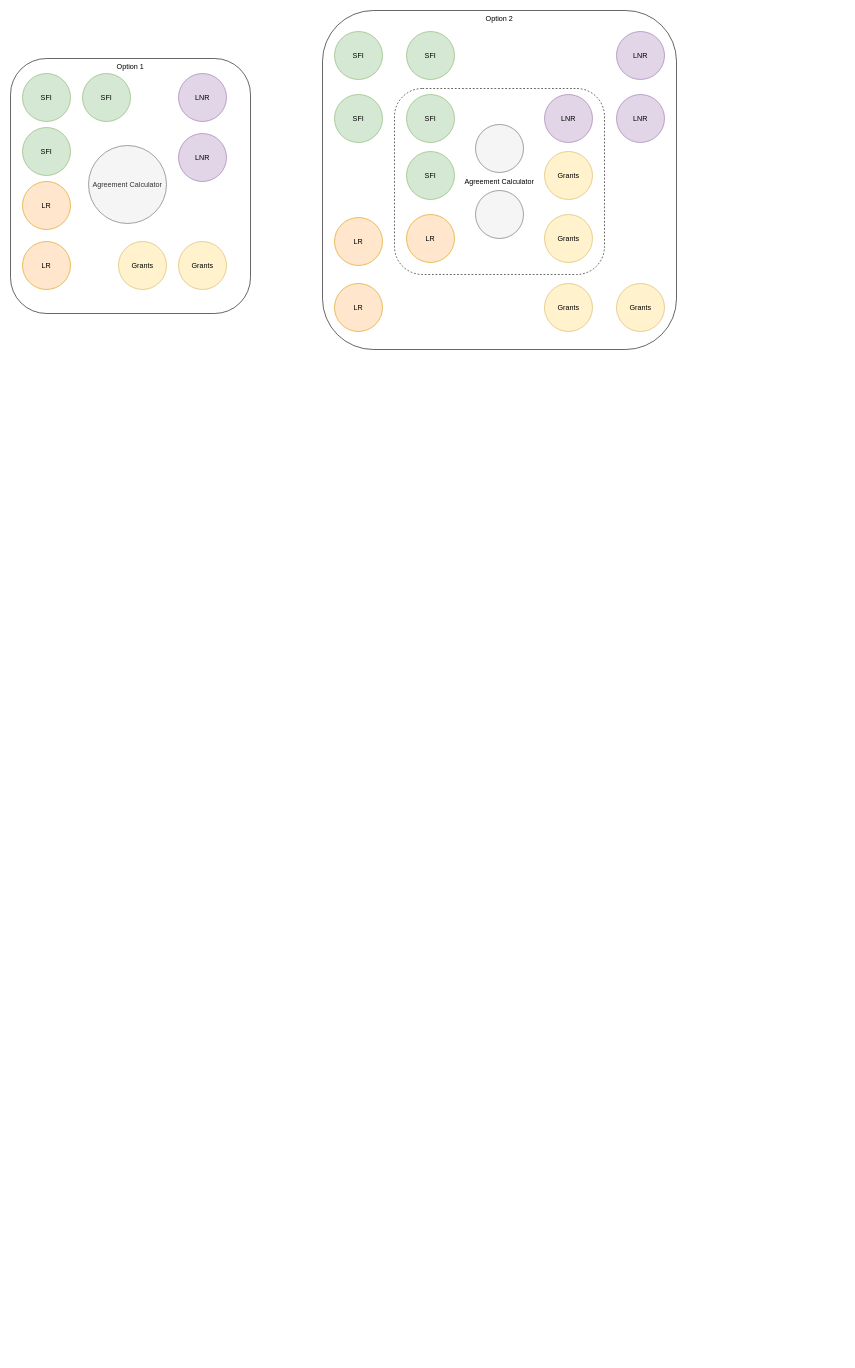
Above: agreement-calculator.drawio in johnwatson484/diagrams (draw.io), before the change. Source tidied: cells renumbered, new cells numbered last; positions are measured from the earlier drawing's top-left corner, leaving out a move shared by most shapes. Both pictures are drawn from the tidied source at 60%, with x=0, y=0 at pixel (10, 10).
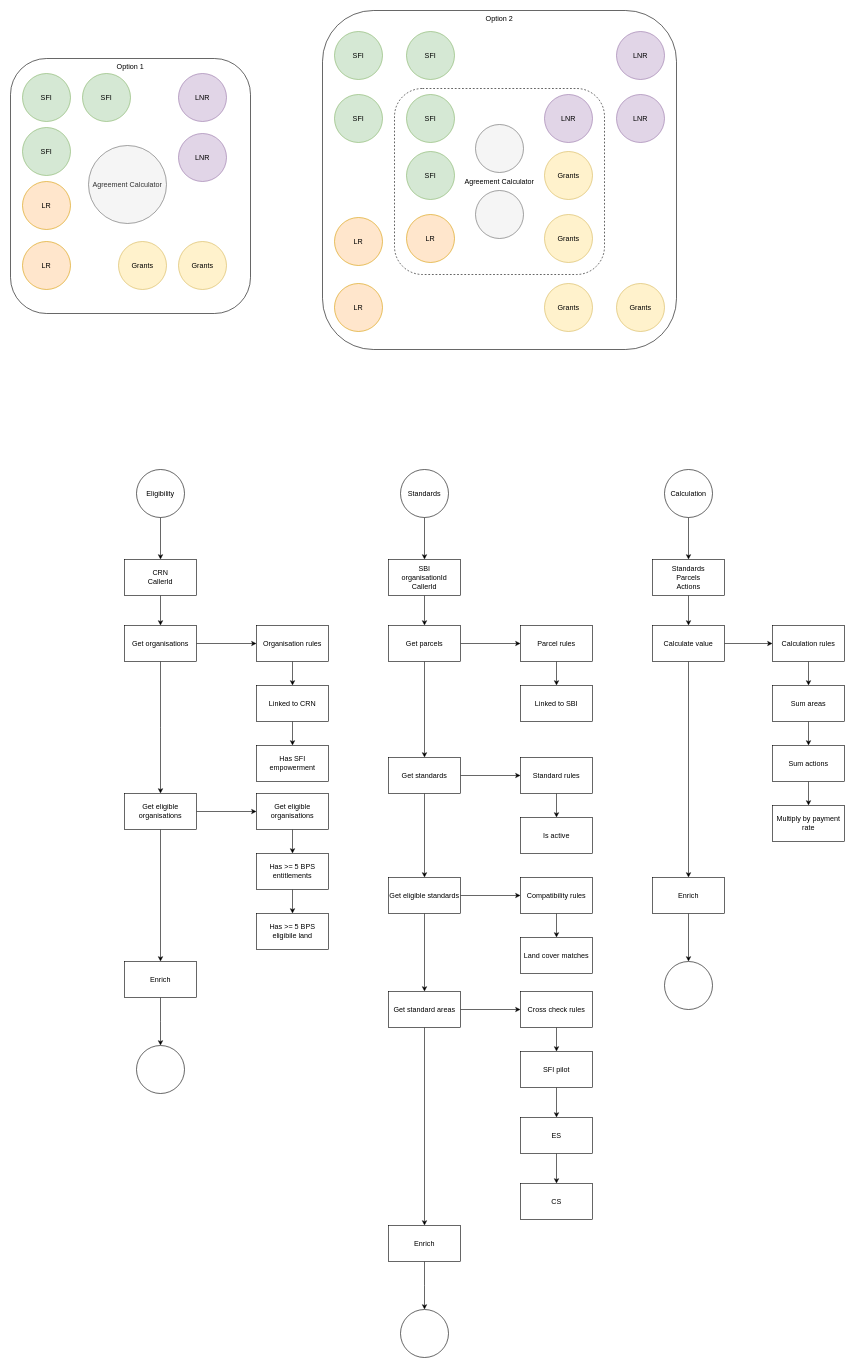
The same page after the edit.

Commit message:
Agreement calculator flows updated

The edit, as a diff of the source:
```diff
@@
+    <mxCell id="32" style="edgeStyle=orthogonalEdgeStyle;rounded=0;jettySize=auto;html=1;" parent="1" edge="1" source="33" target="35">
+      <mxGeometry relative="1" as="geometry" />
+    </mxCell>
+    <mxCell id="33" value="Eligibility" style="ellipse;whiteSpace=wrap;html=1;" parent="1" vertex="1">
+      <mxGeometry x="210" y="765" width="80" height="80" as="geometry" />
+    </mxCell>
+    <mxCell id="34" style="edgeStyle=orthogonalEdgeStyle;rounded=0;jettySize=auto;html=1;" parent="1" edge="1" source="35" target="38">
+      <mxGeometry relative="1" as="geometry" />
+    </mxCell>
+    <mxCell id="35" value="CRN&lt;br&gt;CallerId" style="whiteSpace=wrap;html=1;" parent="1" vertex="1">
+      <mxGeometry x="190" y="915" width="120" height="60" as="geometry" />
+    </mxCell>
+    <mxCell id="36" style="edgeStyle=orthogonalEdgeStyle;rounded=0;jettySize=auto;html=1;" parent="1" edge="1" source="38" target="40">
+      <mxGeometry relative="1" as="geometry" />
+    </mxCell>
+    <mxCell id="37" style="edgeStyle=orthogonalEdgeStyle;rounded=0;jettySize=auto;html=1;" parent="1" edge="1" source="38">
+      <mxGeometry relative="1" as="geometry">
+        <mxPoint x="250" y="1305" as="targetPoint" />
+      </mxGeometry>
+    </mxCell>
+    <mxCell id="38" value="Get organisations" style="whiteSpace=wrap;html=1;" parent="1" vertex="1">
+      <mxGeometry x="190" y="1025" width="120" height="60" as="geometry" />
+    </mxCell>
+    <mxCell id="39" style="edgeStyle=orthogonalEdgeStyle;rounded=0;jettySize=auto;html=1;" parent="1" edge="1" source="40" target="42">
+      <mxGeometry relative="1" as="geometry" />
+    </mxCell>
+    <mxCell id="40" value="Organisation rules" style="whiteSpace=wrap;html=1;" parent="1" vertex="1">
+      <mxGeometry x="410" y="1025" width="120" height="60" as="geometry" />
+    </mxCell>
+    <mxCell id="41" style="edgeStyle=orthogonalEdgeStyle;rounded=0;jettySize=auto;html=1;" parent="1" edge="1" source="42" target="43">
+      <mxGeometry relative="1" as="geometry" />
+    </mxCell>
+    <mxCell id="42" value="Linked to CRN" style="whiteSpace=wrap;html=1;" parent="1" vertex="1">
+      <mxGeometry x="410" y="1125" width="120" height="60" as="geometry" />
+    </mxCell>
+    <mxCell id="43" value="Has SFI empowerment" style="whiteSpace=wrap;html=1;" parent="1" vertex="1">
+      <mxGeometry x="410" y="1225" width="120" height="60" as="geometry" />
+    </mxCell>
+    <mxCell id="44" style="edgeStyle=orthogonalEdgeStyle;rounded=0;jettySize=auto;html=1;" parent="1" edge="1" source="46" target="48">
+      <mxGeometry relative="1" as="geometry" />
+    </mxCell>
+    <mxCell id="45" style="edgeStyle=orthogonalEdgeStyle;rounded=0;jettySize=auto;html=1;" parent="1" edge="1" source="46" target="53">
+      <mxGeometry relative="1" as="geometry" />
+    </mxCell>
+    <mxCell id="46" value="Get eligible organisations" style="whiteSpace=wrap;html=1;" parent="1" vertex="1">
+      <mxGeometry x="190" y="1305" width="120" height="60" as="geometry" />
+    </mxCell>
+    <mxCell id="47" style="edgeStyle=orthogonalEdgeStyle;rounded=0;jettySize=auto;html=1;" parent="1" edge="1" source="48" target="50">
+      <mxGeometry relative="1" as="geometry" />
+    </mxCell>
+    <mxCell id="48" value="Get eligible organisations" style="whiteSpace=wrap;html=1;" parent="1" vertex="1">
+      <mxGeometry x="410" y="1305" width="120" height="60" as="geometry" />
+    </mxCell>
+    <mxCell id="49" style="edgeStyle=orthogonalEdgeStyle;rounded=0;jettySize=auto;html=1;" parent="1" edge="1" source="50" target="51">
+      <mxGeometry relative="1" as="geometry" />
+    </mxCell>
+    <mxCell id="50" value="Has &amp;gt;= 5 BPS entitlements" style="whiteSpace=wrap;html=1;" parent="1" vertex="1">
+      <mxGeometry x="410" y="1405" width="120" height="60" as="geometry" />
+    </mxCell>
+    <mxCell id="51" value="Has &amp;gt;= 5 BPS eligibile land" style="whiteSpace=wrap;html=1;" parent="1" vertex="1">
+      <mxGeometry x="410" y="1505" width="120" height="60" as="geometry" />
+    </mxCell>
+    <mxCell id="52" style="edgeStyle=orthogonalEdgeStyle;rounded=0;jettySize=auto;html=1;" parent="1" edge="1" source="53">
+      <mxGeometry relative="1" as="geometry">
+        <mxPoint x="250" y="1725" as="targetPoint" />
+      </mxGeometry>
+    </mxCell>
+    <mxCell id="53" value="Enrich" style="whiteSpace=wrap;html=1;" parent="1" vertex="1">
+      <mxGeometry x="190" y="1585" width="120" height="60" as="geometry" />
+    </mxCell>
+    <mxCell id="54" style="ellipse;whiteSpace=wrap;html=1;" parent="1" vertex="1">
+      <mxGeometry x="210" y="1725" width="80" height="80" as="geometry" />
+    </mxCell>
+    <mxCell id="55" style="edgeStyle=orthogonalEdgeStyle;rounded=0;jettySize=auto;html=1;" parent="1" edge="1" source="56" target="58">
+      <mxGeometry relative="1" as="geometry" />
+    </mxCell>
+    <mxCell id="56" value="Standards" style="ellipse;whiteSpace=wrap;html=1;" parent="1" vertex="1">
+      <mxGeometry x="650" y="765" width="80" height="80" as="geometry" />
+    </mxCell>
+    <mxCell id="57" style="edgeStyle=orthogonalEdgeStyle;rounded=0;jettySize=auto;html=1;" parent="1" edge="1" source="58" target="61">
+      <mxGeometry relative="1" as="geometry" />
+    </mxCell>
+    <mxCell id="58" value="SBI&lt;br&gt;organisationId&lt;br&gt;CallerId" style="whiteSpace=wrap;html=1;" parent="1" vertex="1">
+      <mxGeometry x="630" y="915" width="120" height="60" as="geometry" />
+    </mxCell>
+    <mxCell id="59" style="edgeStyle=orthogonalEdgeStyle;rounded=0;jettySize=auto;html=1;" parent="1" edge="1" source="61" target="63">
+      <mxGeometry relative="1" as="geometry" />
+    </mxCell>
+    <mxCell id="60" style="edgeStyle=orthogonalEdgeStyle;rounded=0;jettySize=auto;html=1;entryX=0.5;entryY=0;entryDx=0;entryDy=0;" parent="1" edge="1" source="61" target="67">
+      <mxGeometry relative="1" as="geometry" />
+    </mxCell>
+    <mxCell id="61" value="Get parcels" style="whiteSpace=wrap;html=1;" parent="1" vertex="1">
+      <mxGeometry x="630" y="1025" width="120" height="60" as="geometry" />
+    </mxCell>
+    <mxCell id="62" style="edgeStyle=orthogonalEdgeStyle;rounded=0;jettySize=auto;html=1;" parent="1" edge="1" source="63" target="64">
+      <mxGeometry relative="1" as="geometry" />
+    </mxCell>
+    <mxCell id="63" value="Parcel rules" style="whiteSpace=wrap;html=1;" parent="1" vertex="1">
+      <mxGeometry x="850" y="1025" width="120" height="60" as="geometry" />
+    </mxCell>
+    <mxCell id="64" value="Linked to SBI" style="whiteSpace=wrap;html=1;" parent="1" vertex="1">
+      <mxGeometry x="850" y="1125" width="120" height="60" as="geometry" />
+    </mxCell>
+    <mxCell id="65" style="edgeStyle=orthogonalEdgeStyle;rounded=0;jettySize=auto;html=1;" parent="1" edge="1" source="67" target="69">
+      <mxGeometry relative="1" as="geometry" />
+    </mxCell>
+    <mxCell id="66" style="edgeStyle=orthogonalEdgeStyle;rounded=0;jettySize=auto;html=1;" parent="1" edge="1" source="67" target="76">
+      <mxGeometry relative="1" as="geometry" />
+    </mxCell>
+    <mxCell id="67" value="Get standards" style="whiteSpace=wrap;html=1;" parent="1" vertex="1">
+      <mxGeometry x="630" y="1245" width="120" height="60" as="geometry" />
+    </mxCell>
+    <mxCell id="68" style="edgeStyle=orthogonalEdgeStyle;rounded=0;jettySize=auto;html=1;" parent="1" edge="1" source="69" target="70">
+      <mxGeometry relative="1" as="geometry" />
+    </mxCell>
+    <mxCell id="69" value="Standard rules" style="whiteSpace=wrap;html=1;" parent="1" vertex="1">
+      <mxGeometry x="850" y="1245" width="120" height="60" as="geometry" />
+    </mxCell>
+    <mxCell id="70" value="Is active" style="whiteSpace=wrap;html=1;" parent="1" vertex="1">
+      <mxGeometry x="850" y="1345" width="120" height="60" as="geometry" />
+    </mxCell>
+    <mxCell id="71" style="edgeStyle=orthogonalEdgeStyle;rounded=0;jettySize=auto;html=1;" parent="1" edge="1" source="72">
+      <mxGeometry relative="1" as="geometry">
+        <mxPoint x="690" y="2165" as="targetPoint" />
+      </mxGeometry>
+    </mxCell>
+    <mxCell id="72" value="Enrich" style="whiteSpace=wrap;html=1;" parent="1" vertex="1">
+      <mxGeometry x="630" y="2025" width="120" height="60" as="geometry" />
+    </mxCell>
+    <mxCell id="73" style="ellipse;whiteSpace=wrap;html=1;" parent="1" vertex="1">
+      <mxGeometry x="650" y="2165" width="80" height="80" as="geometry" />
+    </mxCell>
+    <mxCell id="74" style="edgeStyle=orthogonalEdgeStyle;rounded=0;jettySize=auto;html=1;" parent="1" edge="1" source="76" target="78">
+      <mxGeometry relative="1" as="geometry" />
+    </mxCell>
+    <mxCell id="75" style="edgeStyle=orthogonalEdgeStyle;rounded=0;jettySize=auto;html=1;" parent="1" edge="1" source="76" target="82">
+      <mxGeometry relative="1" as="geometry" />
+    </mxCell>
+    <mxCell id="76" value="Get eligible standards" style="whiteSpace=wrap;html=1;" parent="1" vertex="1">
+      <mxGeometry x="630" y="1445" width="120" height="60" as="geometry" />
+    </mxCell>
+    <mxCell id="77" style="edgeStyle=orthogonalEdgeStyle;rounded=0;jettySize=auto;html=1;" parent="1" edge="1" source="78" target="79">
+      <mxGeometry relative="1" as="geometry" />
+    </mxCell>
+    <mxCell id="78" value="Compatibility rules" style="whiteSpace=wrap;html=1;" parent="1" vertex="1">
+      <mxGeometry x="850" y="1445" width="120" height="60" as="geometry" />
+    </mxCell>
+    <mxCell id="79" value="Land cover matches" style="whiteSpace=wrap;html=1;" parent="1" vertex="1">
+      <mxGeometry x="850" y="1545" width="120" height="60" as="geometry" />
+    </mxCell>
+    <mxCell id="80" style="edgeStyle=orthogonalEdgeStyle;rounded=0;jettySize=auto;html=1;" parent="1" edge="1" source="82" target="84">
+      <mxGeometry relative="1" as="geometry" />
+    </mxCell>
+    <mxCell id="81" style="edgeStyle=orthogonalEdgeStyle;rounded=0;jettySize=auto;html=1;entryX=0.5;entryY=0;entryDx=0;entryDy=0;" parent="1" edge="1" source="82" target="72">
+      <mxGeometry relative="1" as="geometry" />
+    </mxCell>
+    <mxCell id="82" value="Get standard areas" style="whiteSpace=wrap;html=1;" parent="1" vertex="1">
+      <mxGeometry x="630" y="1635" width="120" height="60" as="geometry" />
+    </mxCell>
+    <mxCell id="83" style="edgeStyle=orthogonalEdgeStyle;rounded=0;jettySize=auto;html=1;" parent="1" edge="1" source="84" target="86">
+      <mxGeometry relative="1" as="geometry" />
+    </mxCell>
+    <mxCell id="84" value="Cross check rules" style="whiteSpace=wrap;html=1;" parent="1" vertex="1">
+      <mxGeometry x="850" y="1635" width="120" height="60" as="geometry" />
+    </mxCell>
+    <mxCell id="85" style="edgeStyle=orthogonalEdgeStyle;rounded=0;jettySize=auto;html=1;" parent="1" edge="1" source="86" target="88">
+      <mxGeometry relative="1" as="geometry" />
+    </mxCell>
+    <mxCell id="86" value="SFI pilot" style="whiteSpace=wrap;html=1;" parent="1" vertex="1">
+      <mxGeometry x="850" y="1735" width="120" height="60" as="geometry" />
+    </mxCell>
+    <mxCell id="87" style="edgeStyle=orthogonalEdgeStyle;rounded=0;jettySize=auto;html=1;" parent="1" edge="1" source="88" target="89">
+      <mxGeometry relative="1" as="geometry" />
+    </mxCell>
+    <mxCell id="88" value="ES" style="whiteSpace=wrap;html=1;" parent="1" vertex="1">
+      <mxGeometry x="850" y="1845" width="120" height="60" as="geometry" />
+    </mxCell>
+    <mxCell id="89" value="CS" style="whiteSpace=wrap;html=1;" parent="1" vertex="1">
+      <mxGeometry x="850" y="1955" width="120" height="60" as="geometry" />
+    </mxCell>
+    <mxCell id="90" style="edgeStyle=orthogonalEdgeStyle;rounded=0;jettySize=auto;html=1;" parent="1" edge="1" source="91" target="93">
+      <mxGeometry relative="1" as="geometry" />
+    </mxCell>
+    <mxCell id="91" value="Calculation" style="ellipse;whiteSpace=wrap;html=1;" parent="1" vertex="1">
+      <mxGeometry x="1090" y="765" width="80" height="80" as="geometry" />
+    </mxCell>
+    <mxCell id="92" style="edgeStyle=orthogonalEdgeStyle;rounded=0;jettySize=auto;html=1;" parent="1" edge="1" source="93" target="96">
+      <mxGeometry relative="1" as="geometry" />
+    </mxCell>
+    <mxCell id="93" value="Standards&lt;br&gt;Parcels&lt;br&gt;Actions" style="whiteSpace=wrap;html=1;" parent="1" vertex="1">
+      <mxGeometry x="1070" y="915" width="120" height="60" as="geometry" />
+    </mxCell>
+    <mxCell id="94" style="edgeStyle=orthogonalEdgeStyle;rounded=0;jettySize=auto;html=1;" parent="1" edge="1" source="96" target="98">
+      <mxGeometry relative="1" as="geometry" />
+    </mxCell>
+    <mxCell id="95" style="edgeStyle=orthogonalEdgeStyle;rounded=0;jettySize=auto;html=1;" parent="1" edge="1" source="96" target="105">
+      <mxGeometry relative="1" as="geometry" />
+    </mxCell>
+    <mxCell id="96" value="Calculate value" style="whiteSpace=wrap;html=1;" parent="1" vertex="1">
+      <mxGeometry x="1070" y="1025" width="120" height="60" as="geometry" />
+    </mxCell>
+    <mxCell id="97" style="edgeStyle=orthogonalEdgeStyle;rounded=0;jettySize=auto;html=1;" parent="1" edge="1" source="98" target="100">
+      <mxGeometry relative="1" as="geometry" />
+    </mxCell>
+    <mxCell id="98" value="Calculation rules" style="whiteSpace=wrap;html=1;" parent="1" vertex="1">
+      <mxGeometry x="1270" y="1025" width="120" height="60" as="geometry" />
+    </mxCell>
+    <mxCell id="99" style="edgeStyle=orthogonalEdgeStyle;rounded=0;jettySize=auto;html=1;" parent="1" edge="1" source="100" target="102">
+      <mxGeometry relative="1" as="geometry" />
+    </mxCell>
+    <mxCell id="100" value="Sum areas" style="whiteSpace=wrap;html=1;" parent="1" vertex="1">
+      <mxGeometry x="1270" y="1125" width="120" height="60" as="geometry" />
+    </mxCell>
+    <mxCell id="101" style="edgeStyle=orthogonalEdgeStyle;rounded=0;jettySize=auto;html=1;" parent="1" edge="1" source="102" target="103">
+      <mxGeometry relative="1" as="geometry" />
+    </mxCell>
+    <mxCell id="102" value="Sum actions" style="whiteSpace=wrap;html=1;" parent="1" vertex="1">
+      <mxGeometry x="1270" y="1225" width="120" height="60" as="geometry" />
+    </mxCell>
+    <mxCell id="103" value="Multiply by payment rate" style="whiteSpace=wrap;html=1;" parent="1" vertex="1">
+      <mxGeometry x="1270" y="1325" width="120" height="60" as="geometry" />
+    </mxCell>
+    <mxCell id="104" style="edgeStyle=orthogonalEdgeStyle;rounded=0;jettySize=auto;html=1;" parent="1" edge="1" source="105" target="106">
+      <mxGeometry relative="1" as="geometry" />
+    </mxCell>
+    <mxCell id="105" value="Enrich" style="whiteSpace=wrap;html=1;" parent="1" vertex="1">
+      <mxGeometry x="1070" y="1445" width="120" height="60" as="geometry" />
+    </mxCell>
+    <mxCell id="106" style="ellipse;whiteSpace=wrap;html=1;" parent="1" vertex="1">
+      <mxGeometry x="1090" y="1585" width="80" height="80" as="geometry" />
+    </mxCell>
```
